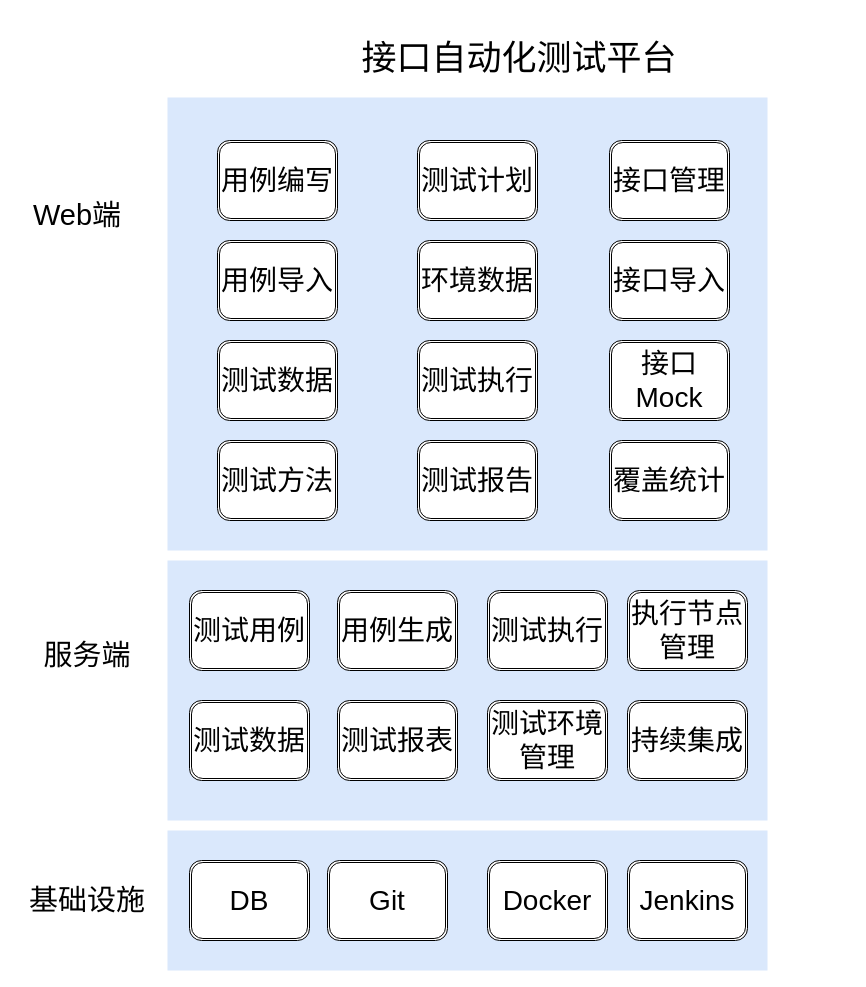
Earlier version of the draw.io diagram apitestplatform.drawio (xiongxiaoqing614/diagrams). Source tidied: cells renumbered, new cells numbered last; positions are measured from the earlier drawing's top-left corner, leaving out a move shared by most shapes. Both pictures are drawn from the tidied source at 100%, with x=0, y=0 at pixel (17, 17).
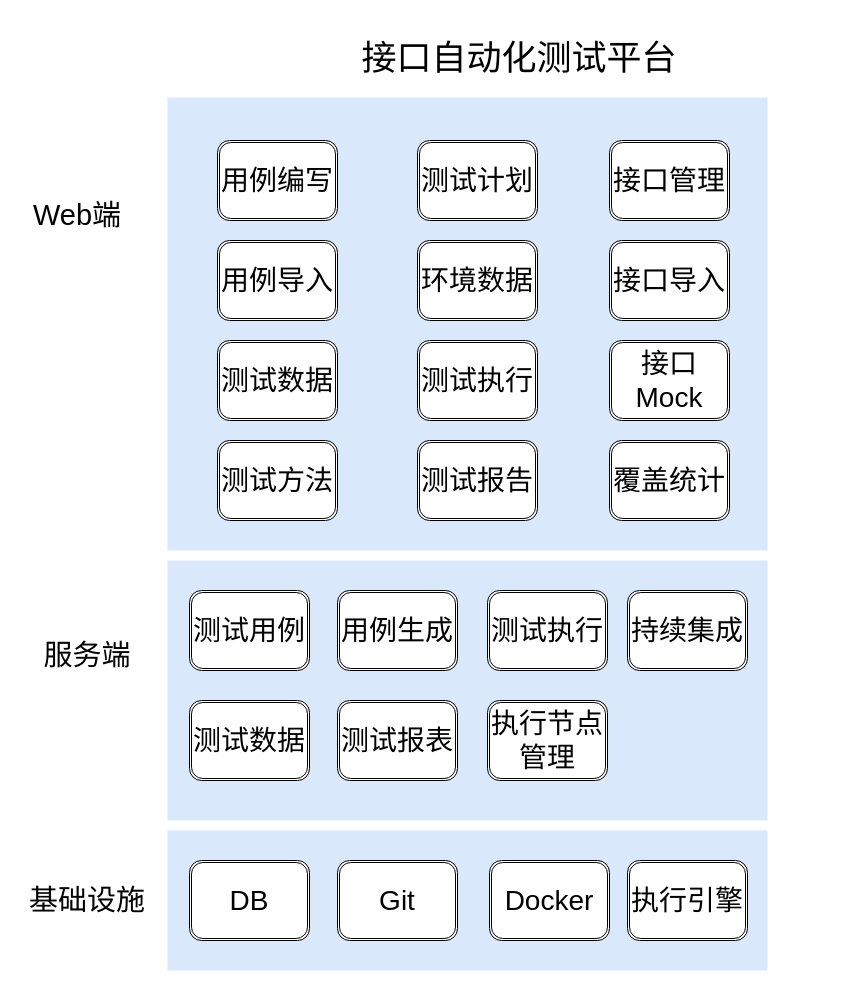
Above is the later version.

Change to the diagram source:
```diff
@@
     <mxCell id="23" value="&lt;span style=&quot;font-size: 28px&quot;&gt;执行节点管理&lt;/span&gt;" style="shape=ext;double=1;rounded=1;whiteSpace=wrap;html=1;" parent="1" vertex="1">
-      <mxGeometry x="610" y="573" width="120" height="80" as="geometry" />
+      <mxGeometry x="470" y="683" width="120" height="80" as="geometry" />
     </mxCell>
-    <mxCell id="24" value="&lt;span style=&quot;font-size: 28px&quot;&gt;测试环境管理&lt;/span&gt;" style="shape=ext;double=1;rounded=1;whiteSpace=wrap;html=1;" parent="1" vertex="1">
-      <mxGeometry x="470" y="683" width="120" height="80" as="geometry" />
-    </mxCell>
@@
     <mxCell id="26" value="&lt;span style=&quot;font-size: 28px&quot;&gt;持续集成&lt;/span&gt;" style="shape=ext;double=1;rounded=1;whiteSpace=wrap;html=1;" parent="1" vertex="1">
-      <mxGeometry x="610" y="683" width="120" height="80" as="geometry" />
+      <mxGeometry x="610" y="573" width="120" height="80" as="geometry" />
     </mxCell>
@@
     <mxCell id="30" value="&lt;span style=&quot;font-size: 28px&quot;&gt;Git&lt;/span&gt;" style="shape=ext;double=1;rounded=1;whiteSpace=wrap;html=1;" parent="1" vertex="1">
-      <mxGeometry x="310" y="843" width="120" height="80" as="geometry" />
+      <mxGeometry x="320" y="843" width="120" height="80" as="geometry" />
     </mxCell>
     <mxCell id="31" value="&lt;span style=&quot;font-size: 28px&quot;&gt;Docker&lt;/span&gt;" style="shape=ext;double=1;rounded=1;whiteSpace=wrap;html=1;" parent="1" vertex="1">
-      <mxGeometry x="470" y="843" width="120" height="80" as="geometry" />
+      <mxGeometry x="472" y="843" width="120" height="80" as="geometry" />
     </mxCell>
-    <mxCell id="32" value="&lt;span style=&quot;font-size: 28px&quot;&gt;Jenkins&lt;/span&gt;" style="shape=ext;double=1;rounded=1;whiteSpace=wrap;html=1;" parent="1" vertex="1">
+    <mxCell id="32" value="&lt;span style=&quot;font-size: 28px&quot;&gt;执行引擎&lt;/span&gt;" style="shape=ext;double=1;rounded=1;whiteSpace=wrap;html=1;" parent="1" vertex="1">
       <mxGeometry x="610" y="843" width="120" height="80" as="geometry" />
     </mxCell>
```
